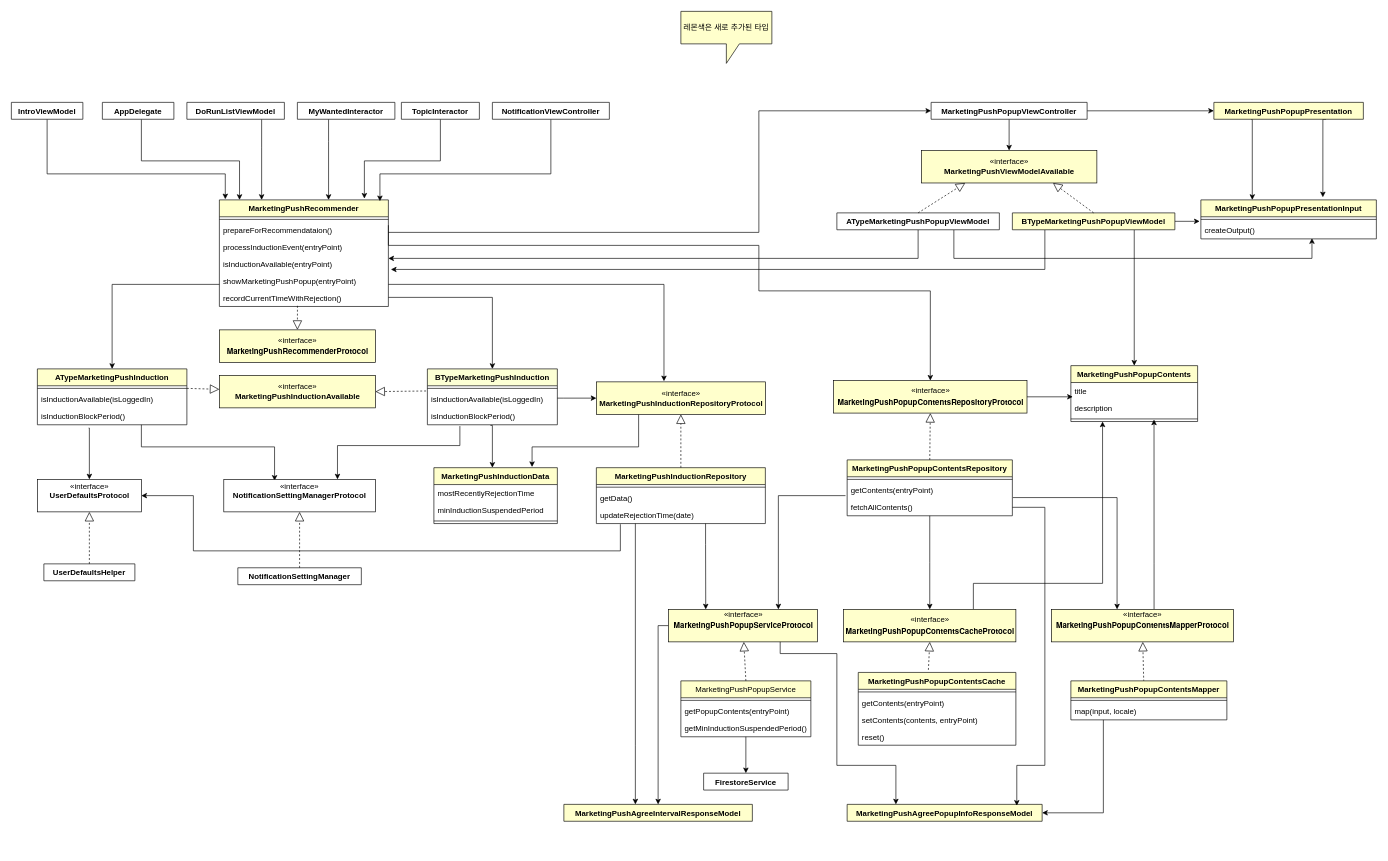
Above: marketingPushInduction.drawio in gookhee/diagrams (draw.io), before the change. Source tidied: cells renumbered, new cells numbered last; positions are measured from the earlier drawing's top-left corner, leaving out a move shared by most shapes. Both pictures are drawn from the tidied source at 65%, with x=0, y=0 at pixel (11, 11).
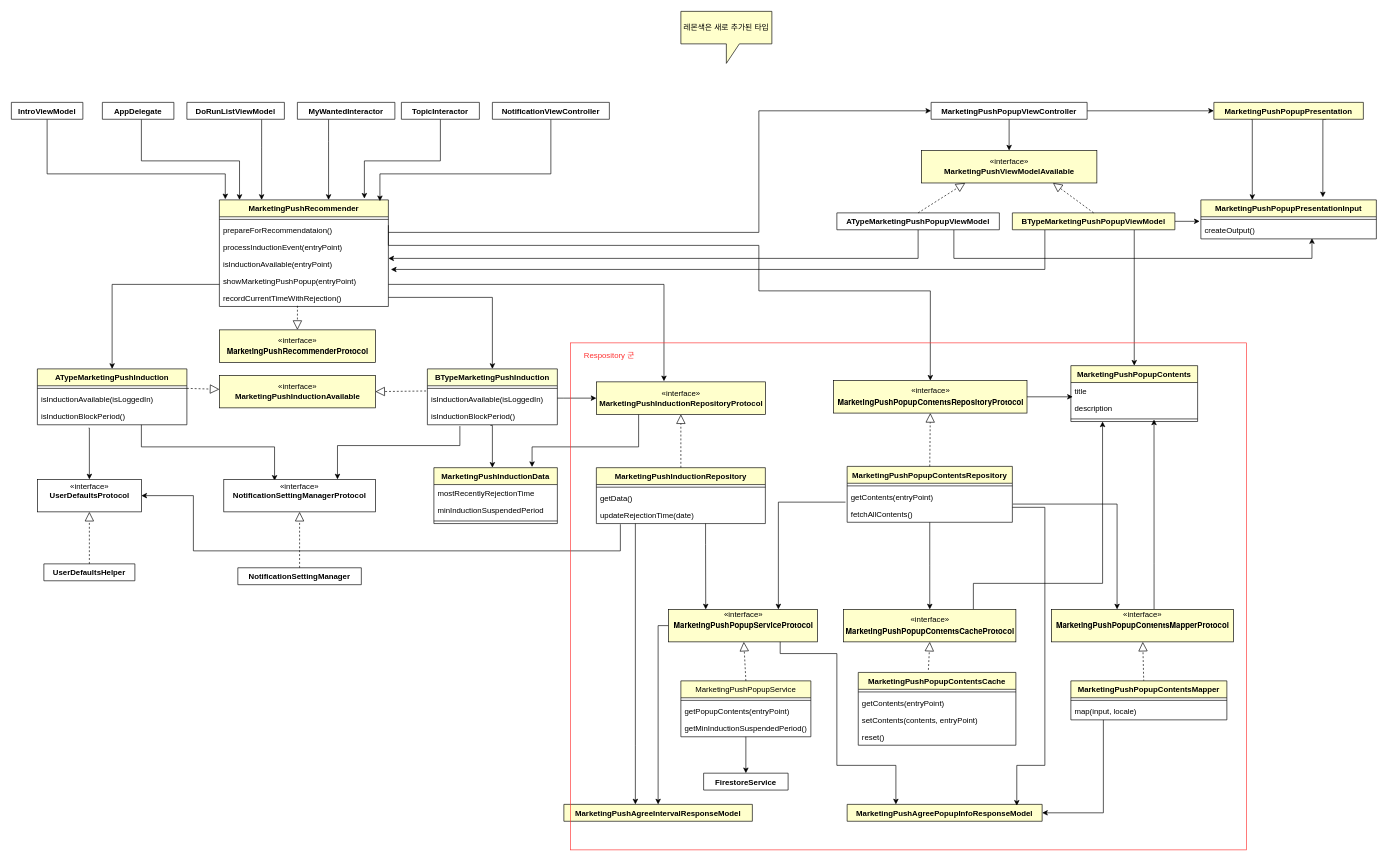
Above is the later version.

Unchanged cells that the change refers to:
```xml
<mxCell id="84" value="fetchAllContents()" style="text;strokeColor=none;fillColor=none;align=left;verticalAlign=top;spacingLeft=4;spacingRight=4;overflow=hidden;points=[[0,0.5],[1,0.5]];portConstraint=eastwest;" parent="81" vertex="1">
  <mxGeometry y="60" width="254.2" height="26" as="geometry" />
</mxCell>
<mxCell id="92" value="«interface»&lt;br&gt;&lt;p style=&quot;margin: 0px ; font-stretch: normal ; line-height: normal ; font-family: &amp;#34;helvetica neue&amp;#34;&quot;&gt;&lt;b&gt;MarketingPushPopupServiceProtocol&lt;/b&gt;&lt;/p&gt;&lt;p style=&quot;margin: 0px ; font-stretch: normal ; line-height: normal ; font-family: &amp;#34;helvetica neue&amp;#34;&quot;&gt;&lt;br&gt;&lt;/p&gt;" style="html=1;fillColor=#FFFFCC;" parent="1" vertex="1">
  <mxGeometry x="1011" y="920" width="229" height="50" as="geometry" />
</mxCell>
```

Diff of the diagram source:
```diff
@@
     <mxCell id="81" value="MarketingPushPopupContentsRepository&#10;" style="swimlane;fontStyle=1;align=center;verticalAlign=top;horizontal=1;startSize=26;fillColor=#FFFFCC;" parent="1" vertex="1">
-      <mxGeometry x="1285.8" y="690" width="254.2" height="86" as="geometry" />
+      <mxGeometry x="1285.8" y="700" width="254.2" height="86" as="geometry" />
     </mxCell>
@@
     <mxCell id="114" style="edgeStyle=orthogonalEdgeStyle;rounded=0;jettySize=auto;html=1;exitX=-0.01;exitY=-0.192;exitDx=0;exitDy=0;exitPerimeter=0;" parent="1" edge="1" source="84" target="92">
       <mxGeometry relative="1" as="geometry">
         <Array as="points">
-          <mxPoint x="1180" y="745" />
+          <mxPoint x="1180" y="755" />
         </Array>
       </mxGeometry>
     </mxCell>
@@
+    <mxCell id="126" style="rounded=0;whiteSpace=wrap;html=1;fillColor=none;strokeColor=#FF3333;" parent="1" vertex="1">
+      <mxGeometry x="860" y="510" width="1040" height="780" as="geometry" />
+    </mxCell>
+    <mxCell id="127" value="Respository 군" style="text;html=1;strokeColor=none;fillColor=none;align=center;verticalAlign=middle;whiteSpace=wrap;rounded=0;fontColor=#FF3333;" parent="1" vertex="1">
+      <mxGeometry x="870" y="520" width="100" height="20" as="geometry" />
+    </mxCell>
```
